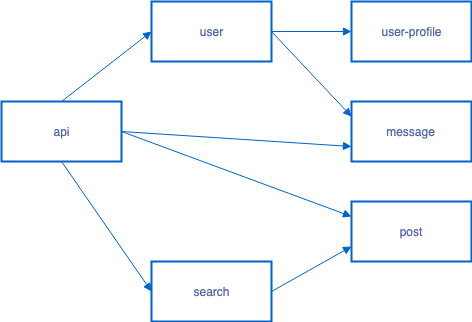
Earlier version of the draw.io export images/zero-trust-app.png (projectcalico/calico). Source tidied: cells renumbered, new cells last; positions are measured from the earlier drawing's top-left corner, leaving out a move shared by most shapes.
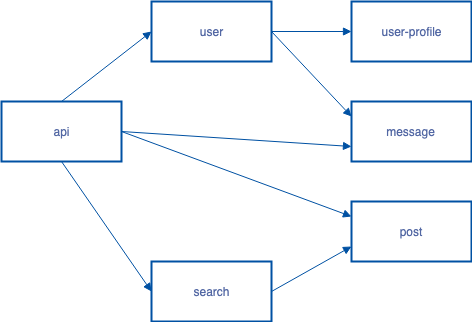
Above is the later version.

The edit, as a diff of the source:
```diff
@@ -5,45 +5,48 @@
     <mxCell id="2" style="group;" parent="1" vertex="1">
       <mxGeometry width="470" height="320" as="geometry" />
     </mxCell>
+    <mxCell id="16" style="group;" parent="2" vertex="1">
+      <mxGeometry width="470" height="320" as="geometry" />
+    </mxCell>
-    <mxCell id="3" value="api" style="rounded=0;whiteSpace=wrap;html=1;strokeColor=#0063C7;fontSize=12;strokeWidth=2;fontColor=#5368A4;" parent="2" vertex="1">
+    <mxCell id="3" value="api" style="rounded=0;whiteSpace=wrap;html=1;strokeColor=#0051A3;fontSize=12;strokeWidth=2;fontColor=#5368A4;" parent="16" vertex="1">
       <mxGeometry y="100" width="120" height="60" as="geometry" />
     </mxCell>
-    <mxCell id="4" value="user" style="rounded=0;whiteSpace=wrap;html=1;strokeColor=#0063C7;fontSize=12;strokeWidth=2;fontColor=#5368A4;" parent="2" vertex="1">
+    <mxCell id="4" value="user" style="rounded=0;whiteSpace=wrap;html=1;strokeColor=#0051A3;fontSize=12;strokeWidth=2;fontColor=#5368A4;" parent="16" vertex="1">
       <mxGeometry x="150" width="120" height="60" as="geometry" />
     </mxCell>
-    <mxCell id="5" value="user-profile" style="rounded=0;whiteSpace=wrap;html=1;strokeColor=#0063C7;fontSize=12;strokeWidth=2;fontColor=#5368A4;" parent="2" vertex="1">
+    <mxCell id="5" value="user-profile" style="rounded=0;whiteSpace=wrap;html=1;strokeColor=#0051A3;fontSize=12;strokeWidth=2;fontColor=#5368A4;" parent="16" vertex="1">
       <mxGeometry x="350" width="120" height="60" as="geometry" />
     </mxCell>
-    <mxCell id="6" value="message" style="rounded=0;whiteSpace=wrap;html=1;strokeColor=#0063C7;fontSize=12;strokeWidth=2;fontColor=#5368A4;" parent="2" vertex="1">
+    <mxCell id="6" value="message" style="rounded=0;whiteSpace=wrap;html=1;strokeColor=#0051A3;fontSize=12;strokeWidth=2;fontColor=#5368A4;" parent="16" vertex="1">
       <mxGeometry x="350" y="100" width="120" height="60" as="geometry" />
     </mxCell>
-    <mxCell id="7" value="post" style="rounded=0;whiteSpace=wrap;html=1;strokeColor=#0063C7;fontSize=12;strokeWidth=2;fontColor=#5368A4;" parent="2" vertex="1">
+    <mxCell id="7" value="post" style="rounded=0;whiteSpace=wrap;html=1;strokeColor=#0051A3;fontSize=12;strokeWidth=2;fontColor=#5368A4;" parent="16" vertex="1">
       <mxGeometry x="350" y="200" width="120" height="60" as="geometry" />
     </mxCell>
-    <mxCell id="8" value="search" style="rounded=0;whiteSpace=wrap;html=1;strokeColor=#0063C7;fontSize=12;strokeWidth=2;fontColor=#5368A4;" parent="2" vertex="1">
+    <mxCell id="8" value="search" style="rounded=0;whiteSpace=wrap;html=1;strokeColor=#0051A3;fontSize=12;strokeWidth=2;fontColor=#5368A4;" parent="16" vertex="1">
       <mxGeometry x="150" y="260" width="120" height="60" as="geometry" />
     </mxCell>
-    <mxCell id="9" style="endArrow=block;html=1;fontSize=14;endFill=1;exitX=0.5;exitY=0;exitDx=0;exitDy=0;entryX=0;entryY=0.5;entryDx=0;entryDy=0;strokeColor=#0063C7;fontColor=#5368A4;" parent="2" edge="1" source="3" target="4">
+    <mxCell id="9" style="endArrow=block;html=1;fontSize=14;endFill=1;exitX=0.5;exitY=0;exitDx=0;exitDy=0;entryX=0;entryY=0.5;entryDx=0;entryDy=0;strokeColor=#0051A3;fontColor=#5368A4;" parent="16" edge="1" source="3" target="4">
       <mxGeometry relative="1" as="geometry" />
     </mxCell>
-    <mxCell id="10" style="endArrow=block;html=1;fontSize=14;endFill=1;exitX=0.5;exitY=1;exitDx=0;exitDy=0;strokeColor=#0063C7;fontColor=#5368A4;entryX=0;entryY=0.5;entryDx=0;entryDy=0;" parent="2" edge="1" source="3" target="8">
+    <mxCell id="10" style="endArrow=block;html=1;fontSize=14;endFill=1;exitX=0.5;exitY=1;exitDx=0;exitDy=0;strokeColor=#0051A3;fontColor=#5368A4;entryX=0;entryY=0.5;entryDx=0;entryDy=0;" parent="16" edge="1" source="3" target="8">
       <mxGeometry relative="1" as="geometry" />
     </mxCell>
-    <mxCell id="11" style="endArrow=block;html=1;fontSize=14;endFill=1;exitX=1;exitY=0.5;exitDx=0;exitDy=0;entryX=0;entryY=0.75;entryDx=0;entryDy=0;strokeColor=#0063C7;fontColor=#5368A4;" parent="2" edge="1" source="3" target="6">
+    <mxCell id="11" style="endArrow=block;html=1;fontSize=14;endFill=1;exitX=1;exitY=0.5;exitDx=0;exitDy=0;entryX=0;entryY=0.75;entryDx=0;entryDy=0;strokeColor=#0051A3;fontColor=#5368A4;" parent="16" edge="1" source="3" target="6">
       <mxGeometry relative="1" as="geometry" />
     </mxCell>
-    <mxCell id="12" style="endArrow=block;html=1;fontSize=14;endFill=1;exitX=1;exitY=0.5;exitDx=0;exitDy=0;strokeColor=#0063C7;entryX=0;entryY=0.25;entryDx=0;entryDy=0;fontColor=#5368A4;" parent="2" edge="1" source="4" target="6">
+    <mxCell id="12" style="endArrow=block;html=1;fontSize=14;endFill=1;exitX=1;exitY=0.5;exitDx=0;exitDy=0;strokeColor=#0051A3;entryX=0;entryY=0.25;entryDx=0;entryDy=0;fontColor=#5368A4;" parent="16" edge="1" source="4" target="6">
       <mxGeometry relative="1" as="geometry" />
     </mxCell>
-    <mxCell id="13" style="endArrow=block;html=1;fontSize=14;endFill=1;strokeColor=#0063C7;entryX=0;entryY=0.5;entryDx=0;entryDy=0;fontColor=#5368A4;" parent="2" edge="1" target="5">
+    <mxCell id="13" style="endArrow=block;html=1;fontSize=14;endFill=1;strokeColor=#0051A3;entryX=0;entryY=0.5;entryDx=0;entryDy=0;fontColor=#5368A4;" parent="16" edge="1" target="5">
       <mxGeometry relative="1" as="geometry">
         <mxPoint x="270" y="30" as="sourcePoint" />
       </mxGeometry>
     </mxCell>
-    <mxCell id="14" style="endArrow=block;html=1;fontSize=14;endFill=1;exitX=1;exitY=0.5;exitDx=0;exitDy=0;entryX=0;entryY=0.25;entryDx=0;entryDy=0;strokeColor=#0063C7;fontColor=#5368A4;" parent="2" edge="1" source="3" target="7">
+    <mxCell id="14" style="endArrow=block;html=1;fontSize=14;endFill=1;exitX=1;exitY=0.5;exitDx=0;exitDy=0;entryX=0;entryY=0.25;entryDx=0;entryDy=0;strokeColor=#0051A3;fontColor=#5368A4;" parent="16" edge="1" source="3" target="7">
       <mxGeometry relative="1" as="geometry" />
     </mxCell>
-    <mxCell id="15" style="endArrow=block;html=1;fontSize=14;endFill=1;exitX=1;exitY=0.5;exitDx=0;exitDy=0;strokeColor=#0063C7;fontColor=#5368A4;entryX=0;entryY=0.75;entryDx=0;entryDy=0;" parent="2" edge="1" source="8" target="7">
+    <mxCell id="15" style="endArrow=block;html=1;fontSize=14;endFill=1;exitX=1;exitY=0.5;exitDx=0;exitDy=0;strokeColor=#0051A3;fontColor=#5368A4;entryX=0;entryY=0.75;entryDx=0;entryDy=0;" parent="16" edge="1" source="8" target="7">
       <mxGeometry relative="1" as="geometry" />
     </mxCell>
   </root>
```
